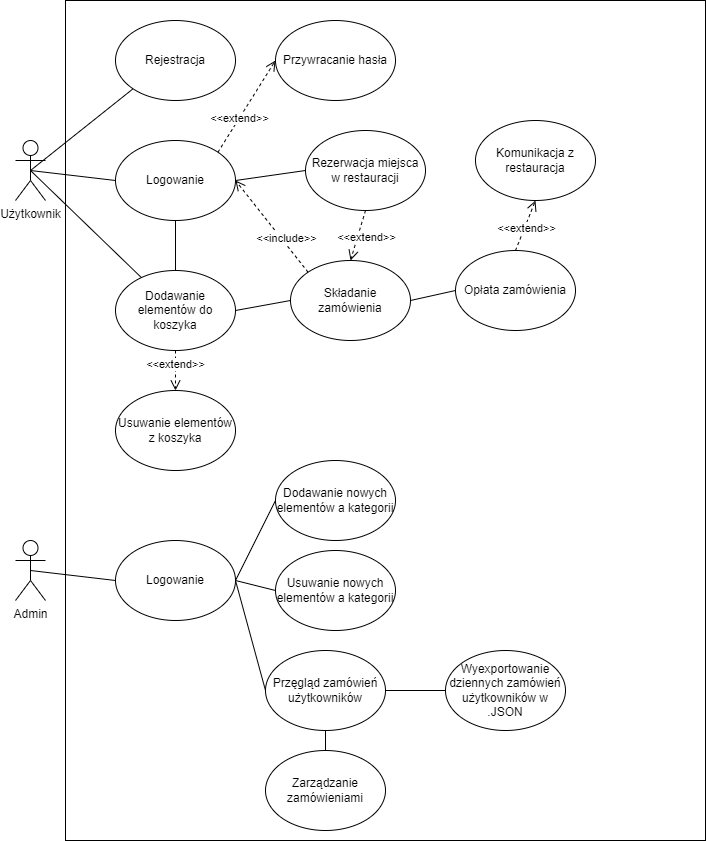
yurii-shchehliuk/ECommerce-Restaurant keeps this draw.io diagram as Diagrams/diagram przypadkow uzycia.drawio.png. Above is the earlier version. Source tidied: cells renumbered, new cells last; positions are measured from the earlier drawing's top-left corner, leaving out a move shared by most shapes. Its diagram source:
```xml
<mxGraphModel>
  <root>
    <mxCell id="0" />
    <mxCell id="1" parent="0" />
    <mxCell id="2" value="Użytkownik" style="shape=umlActor;verticalLabelPosition=bottom;verticalAlign=top;html=1;outlineConnect=0;" parent="1" vertex="1">
      <mxGeometry y="140" width="30" height="60" as="geometry" />
    </mxCell>
    <mxCell id="3" style="rounded=0;whiteSpace=wrap;html=1;" parent="1" vertex="1">
      <mxGeometry x="50" width="640" height="840" as="geometry" />
    </mxCell>
    <mxCell id="4" value="Rejestracja" style="ellipse;whiteSpace=wrap;html=1;" parent="1" vertex="1">
      <mxGeometry x="100" y="20" width="120" height="80" as="geometry" />
    </mxCell>
    <mxCell id="5" value="Logowanie" style="ellipse;whiteSpace=wrap;html=1;" parent="1" vertex="1">
      <mxGeometry x="100" y="140" width="120" height="80" as="geometry" />
    </mxCell>
    <mxCell id="6" value="Dodawanie elementów do koszyka" style="ellipse;whiteSpace=wrap;html=1;" parent="1" vertex="1">
      <mxGeometry x="100" y="270" width="120" height="80" as="geometry" />
    </mxCell>
    <mxCell id="7" style="endArrow=none;html=1;rounded=0;entryX=0;entryY=1;entryDx=0;entryDy=0;exitX=0.5;exitY=0.5;exitDx=0;exitDy=0;exitPerimeter=0;" parent="1" edge="1" source="2" target="4">
      <mxGeometry relative="1" as="geometry" />
    </mxCell>
    <mxCell id="8" style="endArrow=none;html=1;rounded=0;entryX=0;entryY=0.5;entryDx=0;entryDy=0;exitX=0.5;exitY=0.5;exitDx=0;exitDy=0;exitPerimeter=0;" parent="1" edge="1" source="2" target="5">
      <mxGeometry relative="1" as="geometry" />
    </mxCell>
    <mxCell id="9" style="endArrow=none;html=1;rounded=0;exitX=0.5;exitY=0.5;exitDx=0;exitDy=0;exitPerimeter=0;" parent="1" edge="1" source="2" target="6">
      <mxGeometry relative="1" as="geometry" />
    </mxCell>
    <mxCell id="10" value="Składanie zamówienia" style="ellipse;whiteSpace=wrap;html=1;" parent="1" vertex="1">
      <mxGeometry x="275" y="260" width="120" height="80" as="geometry" />
    </mxCell>
    <mxCell id="11" style="endArrow=none;html=1;rounded=0;exitX=1;exitY=0.5;exitDx=0;exitDy=0;entryX=0;entryY=0.5;entryDx=0;entryDy=0;" parent="1" edge="1" source="6" target="10">
      <mxGeometry relative="1" as="geometry" />
    </mxCell>
    <mxCell id="12" value="&amp;lt;&amp;lt;include&amp;gt;&amp;gt;" style="html=1;verticalAlign=bottom;endArrow=open;dashed=1;endSize=8;rounded=0;exitX=0;exitY=0;exitDx=0;exitDy=0;entryX=1;entryY=0.5;entryDx=0;entryDy=0;" parent="1" edge="1" source="10" target="5">
      <mxGeometry x="-0.43" y="2" relative="1" as="geometry" />
    </mxCell>
    <mxCell id="13" value="Admin" style="shape=umlActor;verticalLabelPosition=bottom;verticalAlign=top;html=1;" parent="1" vertex="1">
      <mxGeometry y="540" width="30" height="60" as="geometry" />
    </mxCell>
    <mxCell id="14" value="Usuwanie elementów z koszyka" style="ellipse;whiteSpace=wrap;html=1;" parent="1" vertex="1">
      <mxGeometry x="100" y="390" width="120" height="80" as="geometry" />
    </mxCell>
    <mxCell id="15" value="&amp;lt;&amp;lt;extend&amp;gt;&amp;gt;" style="html=1;verticalAlign=bottom;endArrow=open;dashed=1;endSize=8;rounded=0;exitX=0.5;exitY=1;exitDx=0;exitDy=0;" parent="1" edge="1" source="6" target="14">
      <mxGeometry x="0.14" relative="1" as="geometry" />
    </mxCell>
    <mxCell id="16" value="Przywracanie hasła" style="ellipse;whiteSpace=wrap;html=1;" parent="1" vertex="1">
      <mxGeometry x="260" y="20" width="120" height="80" as="geometry" />
    </mxCell>
    <mxCell id="17" value="&amp;lt;&amp;lt;extend&amp;gt;&amp;gt;" style="html=1;verticalAlign=bottom;endArrow=open;dashed=1;endSize=8;rounded=0;exitX=1;exitY=0;exitDx=0;exitDy=0;entryX=0;entryY=0.5;entryDx=0;entryDy=0;" parent="1" edge="1" source="5" target="16">
      <mxGeometry x="-0.42" y="-5" relative="1" as="geometry" />
    </mxCell>
    <mxCell id="18" value="Opłata zamówienia" style="ellipse;whiteSpace=wrap;html=1;" parent="1" vertex="1">
      <mxGeometry x="440" y="250" width="120" height="80" as="geometry" />
    </mxCell>
    <mxCell id="19" style="endArrow=none;html=1;rounded=0;exitX=1;exitY=0.5;exitDx=0;exitDy=0;entryX=0;entryY=0.5;entryDx=0;entryDy=0;" parent="1" edge="1" source="10" target="18">
      <mxGeometry relative="1" as="geometry" />
    </mxCell>
    <mxCell id="20" value="Komunikacja z restauracja" style="ellipse;whiteSpace=wrap;html=1;" parent="1" vertex="1">
      <mxGeometry x="460" y="120" width="120" height="80" as="geometry" />
    </mxCell>
    <mxCell id="21" value="&amp;lt;&amp;lt;extend&amp;gt;&amp;gt;" style="html=1;verticalAlign=bottom;endArrow=open;dashed=1;endSize=8;rounded=0;exitX=0.5;exitY=0;exitDx=0;exitDy=0;entryX=0.5;entryY=1;entryDx=0;entryDy=0;" parent="1" edge="1" source="18" target="20">
      <mxGeometry x="-0.42" y="-5" relative="1" as="geometry" />
    </mxCell>
    <mxCell id="22" value="Logowanie" style="ellipse;whiteSpace=wrap;html=1;" parent="1" vertex="1">
      <mxGeometry x="100" y="540" width="120" height="80" as="geometry" />
    </mxCell>
    <mxCell id="23" style="endArrow=none;html=1;rounded=0;entryX=0;entryY=0.5;entryDx=0;entryDy=0;exitX=0.5;exitY=0.5;exitDx=0;exitDy=0;exitPerimeter=0;" parent="1" edge="1" source="13" target="22">
      <mxGeometry relative="1" as="geometry" />
    </mxCell>
    <mxCell id="24" value="Dodawanie nowych elementów a kategorii" style="ellipse;whiteSpace=wrap;html=1;" parent="1" vertex="1">
      <mxGeometry x="260" y="460" width="120" height="80" as="geometry" />
    </mxCell>
    <mxCell id="25" style="endArrow=none;html=1;rounded=0;exitX=1;exitY=0.5;exitDx=0;exitDy=0;entryX=0;entryY=0.5;entryDx=0;entryDy=0;" parent="1" edge="1" source="22" target="24">
      <mxGeometry relative="1" as="geometry" />
    </mxCell>
    <mxCell id="26" value="Usuwanie nowych elementów a kategorii" style="ellipse;whiteSpace=wrap;html=1;" parent="1" vertex="1">
      <mxGeometry x="260" y="550" width="120" height="80" as="geometry" />
    </mxCell>
    <mxCell id="27" style="endArrow=none;html=1;rounded=0;exitX=1;exitY=0.5;exitDx=0;exitDy=0;entryX=0;entryY=0.5;entryDx=0;entryDy=0;" parent="1" edge="1" source="22" target="26">
      <mxGeometry relative="1" as="geometry" />
    </mxCell>
    <mxCell id="28" value="Przęgląd zamówień użytkowników" style="ellipse;whiteSpace=wrap;html=1;" parent="1" vertex="1">
      <mxGeometry x="250" y="650" width="120" height="80" as="geometry" />
    </mxCell>
    <mxCell id="29" style="endArrow=none;html=1;rounded=0;exitX=0;exitY=0.5;exitDx=0;exitDy=0;entryX=1;entryY=0.5;entryDx=0;entryDy=0;" parent="1" edge="1" source="28" target="22">
      <mxGeometry relative="1" as="geometry" />
    </mxCell>
    <mxCell id="30" value="Wyexportowanie dziennych zamówień użytkowników w .JSON" style="ellipse;whiteSpace=wrap;html=1;" parent="1" vertex="1">
      <mxGeometry x="430" y="650" width="120" height="80" as="geometry" />
    </mxCell>
    <mxCell id="31" style="endArrow=none;html=1;rounded=0;exitX=1;exitY=0.5;exitDx=0;exitDy=0;entryX=0;entryY=0.5;entryDx=0;entryDy=0;" parent="1" edge="1" source="28" target="30">
      <mxGeometry relative="1" as="geometry" />
    </mxCell>
    <mxCell id="32" value="Zarządzanie zamówieniami" style="ellipse;whiteSpace=wrap;html=1;" parent="1" vertex="1">
      <mxGeometry x="250" y="750" width="120" height="80" as="geometry" />
    </mxCell>
    <mxCell id="33" style="endArrow=none;html=1;rounded=0;exitX=0.5;exitY=0;exitDx=0;exitDy=0;entryX=0.5;entryY=1;entryDx=0;entryDy=0;" parent="1" edge="1" source="32" target="28">
      <mxGeometry relative="1" as="geometry" />
    </mxCell>
    <mxCell id="34" value="Rezerwacja miejsca w restauracji" style="ellipse;whiteSpace=wrap;html=1;" parent="1" vertex="1">
      <mxGeometry x="290" y="130" width="120" height="80" as="geometry" />
    </mxCell>
    <mxCell id="35" style="endArrow=none;html=1;rounded=0;entryX=0;entryY=0.5;entryDx=0;entryDy=0;exitX=1;exitY=0.5;exitDx=0;exitDy=0;" parent="1" edge="1" source="5" target="34">
      <mxGeometry relative="1" as="geometry" />
    </mxCell>
    <mxCell id="36" value="&amp;lt;&amp;lt;extend&amp;gt;&amp;gt;" style="html=1;verticalAlign=bottom;endArrow=open;dashed=1;endSize=8;rounded=0;exitX=0.5;exitY=1;exitDx=0;exitDy=0;entryX=0.5;entryY=0;entryDx=0;entryDy=0;" parent="1" edge="1" source="34" target="10">
      <mxGeometry x="0.32" y="11" relative="1" as="geometry" />
    </mxCell>
    <mxCell id="37" style="endArrow=none;html=1;rounded=0;entryX=0.5;entryY=1;entryDx=0;entryDy=0;exitX=0.5;exitY=0;exitDx=0;exitDy=0;" parent="1" edge="1" source="6" target="5">
      <mxGeometry relative="1" as="geometry" />
    </mxCell>
  </root>
</mxGraphModel>
```
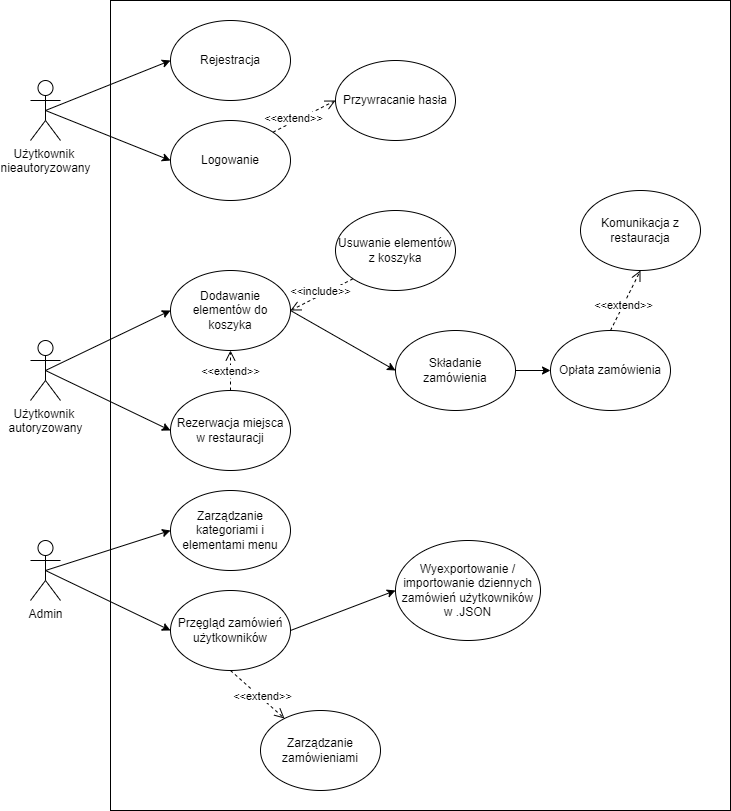
The same diagram one commit later.

What changed in the source:
```diff
@@ -2,113 +2,98 @@
   <root>
     <mxCell id="0" />
     <mxCell id="1" parent="0" />
-    <mxCell id="2" value="Użytkownik" style="shape=umlActor;verticalLabelPosition=bottom;verticalAlign=top;html=1;outlineConnect=0;" parent="1" vertex="1">
-      <mxGeometry y="140" width="30" height="60" as="geometry" />
+    <mxCell id="2" value="Użytkownik &lt;br&gt;nieautoryzowany&lt;br&gt;" style="shape=umlActor;verticalLabelPosition=bottom;verticalAlign=top;html=1;outlineConnect=0;" parent="1" vertex="1">
+      <mxGeometry x="-30" y="80" width="30" height="60" as="geometry" />
     </mxCell>
     <mxCell id="3" style="rounded=0;whiteSpace=wrap;html=1;" parent="1" vertex="1">
-      <mxGeometry x="50" width="640" height="840" as="geometry" />
+      <mxGeometry x="50" width="620" height="810" as="geometry" />
     </mxCell>
     <mxCell id="4" value="Rejestracja" style="ellipse;whiteSpace=wrap;html=1;" parent="1" vertex="1">
-      <mxGeometry x="100" y="20" width="120" height="80" as="geometry" />
+      <mxGeometry x="110" y="20" width="120" height="80" as="geometry" />
     </mxCell>
     <mxCell id="5" value="Logowanie" style="ellipse;whiteSpace=wrap;html=1;" parent="1" vertex="1">
-      <mxGeometry x="100" y="140" width="120" height="80" as="geometry" />
+      <mxGeometry x="110" y="120" width="120" height="80" as="geometry" />
     </mxCell>
     <mxCell id="6" value="Dodawanie elementów do koszyka" style="ellipse;whiteSpace=wrap;html=1;" parent="1" vertex="1">
-      <mxGeometry x="100" y="270" width="120" height="80" as="geometry" />
+      <mxGeometry x="110" y="270" width="120" height="80" as="geometry" />
     </mxCell>
-    <mxCell id="7" style="endArrow=none;html=1;rounded=0;entryX=0;entryY=1;entryDx=0;entryDy=0;exitX=0.5;exitY=0.5;exitDx=0;exitDy=0;exitPerimeter=0;" parent="1" edge="1" source="2" target="4">
-      <mxGeometry relative="1" as="geometry" />
-    </mxCell>
-    <mxCell id="8" style="endArrow=none;html=1;rounded=0;entryX=0;entryY=0.5;entryDx=0;entryDy=0;exitX=0.5;exitY=0.5;exitDx=0;exitDy=0;exitPerimeter=0;" parent="1" edge="1" source="2" target="5">
-      <mxGeometry relative="1" as="geometry" />
-    </mxCell>
-    <mxCell id="9" style="endArrow=none;html=1;rounded=0;exitX=0.5;exitY=0.5;exitDx=0;exitDy=0;exitPerimeter=0;" parent="1" edge="1" source="2" target="6">
-      <mxGeometry relative="1" as="geometry" />
-    </mxCell>
+    <mxCell id="19" style="edgeStyle=orthogonalEdgeStyle;rounded=0;jettySize=auto;html=1;entryX=0;entryY=0.5;entryDx=0;entryDy=0;" parent="1" edge="1" source="10" target="18">
+      <mxGeometry relative="1" as="geometry" />
+    </mxCell>
     <mxCell id="10" value="Składanie zamówienia" style="ellipse;whiteSpace=wrap;html=1;" parent="1" vertex="1">
-      <mxGeometry x="275" y="260" width="120" height="80" as="geometry" />
+      <mxGeometry x="335" y="330" width="120" height="80" as="geometry" />
     </mxCell>
-    <mxCell id="11" style="endArrow=none;html=1;rounded=0;exitX=1;exitY=0.5;exitDx=0;exitDy=0;entryX=0;entryY=0.5;entryDx=0;entryDy=0;" parent="1" edge="1" source="6" target="10">
-      <mxGeometry relative="1" as="geometry" />
-    </mxCell>
-    <mxCell id="12" value="&amp;lt;&amp;lt;include&amp;gt;&amp;gt;" style="html=1;verticalAlign=bottom;endArrow=open;dashed=1;endSize=8;rounded=0;exitX=0;exitY=0;exitDx=0;exitDy=0;entryX=1;entryY=0.5;entryDx=0;entryDy=0;" parent="1" edge="1" source="10" target="5">
-      <mxGeometry x="-0.43" y="2" relative="1" as="geometry" />
-    </mxCell>
     <mxCell id="13" value="Admin" style="shape=umlActor;verticalLabelPosition=bottom;verticalAlign=top;html=1;" parent="1" vertex="1">
-      <mxGeometry y="540" width="30" height="60" as="geometry" />
+      <mxGeometry x="-30" y="540" width="30" height="60" as="geometry" />
     </mxCell>
     <mxCell id="14" value="Usuwanie elementów z koszyka" style="ellipse;whiteSpace=wrap;html=1;" parent="1" vertex="1">
-      <mxGeometry x="100" y="390" width="120" height="80" as="geometry" />
+      <mxGeometry x="275" y="210" width="120" height="80" as="geometry" />
     </mxCell>
-    <mxCell id="15" value="&amp;lt;&amp;lt;extend&amp;gt;&amp;gt;" style="html=1;verticalAlign=bottom;endArrow=open;dashed=1;endSize=8;rounded=0;exitX=0.5;exitY=1;exitDx=0;exitDy=0;" parent="1" edge="1" source="6" target="14">
-      <mxGeometry x="0.14" relative="1" as="geometry" />
+    <mxCell id="15" value="&amp;lt;&amp;lt;include&amp;gt;&amp;gt;" style="html=1;verticalAlign=bottom;endArrow=open;dashed=1;endSize=8;rounded=0;exitX=0;exitY=1;exitDx=0;exitDy=0;entryX=1;entryY=0.5;entryDx=0;entryDy=0;" parent="1" edge="1" source="14" target="6">
+      <mxGeometry x="0.11" y="5" relative="1" as="geometry" />
     </mxCell>
     <mxCell id="16" value="Przywracanie hasła" style="ellipse;whiteSpace=wrap;html=1;" parent="1" vertex="1">
-      <mxGeometry x="260" y="20" width="120" height="80" as="geometry" />
+      <mxGeometry x="275" y="60" width="120" height="80" as="geometry" />
     </mxCell>
     <mxCell id="17" value="&amp;lt;&amp;lt;extend&amp;gt;&amp;gt;" style="html=1;verticalAlign=bottom;endArrow=open;dashed=1;endSize=8;rounded=0;exitX=1;exitY=0;exitDx=0;exitDy=0;entryX=0;entryY=0.5;entryDx=0;entryDy=0;" parent="1" edge="1" source="5" target="16">
       <mxGeometry x="-0.42" y="-5" relative="1" as="geometry" />
     </mxCell>
     <mxCell id="18" value="Opłata zamówienia" style="ellipse;whiteSpace=wrap;html=1;" parent="1" vertex="1">
-      <mxGeometry x="440" y="250" width="120" height="80" as="geometry" />
+      <mxGeometry x="490" y="330" width="120" height="80" as="geometry" />
     </mxCell>
-    <mxCell id="19" style="endArrow=none;html=1;rounded=0;exitX=1;exitY=0.5;exitDx=0;exitDy=0;entryX=0;entryY=0.5;entryDx=0;entryDy=0;" parent="1" edge="1" source="10" target="18">
-      <mxGeometry relative="1" as="geometry" />
-    </mxCell>
     <mxCell id="20" value="Komunikacja z restauracja" style="ellipse;whiteSpace=wrap;html=1;" parent="1" vertex="1">
-      <mxGeometry x="460" y="120" width="120" height="80" as="geometry" />
+      <mxGeometry x="520" y="190" width="120" height="80" as="geometry" />
     </mxCell>
     <mxCell id="21" value="&amp;lt;&amp;lt;extend&amp;gt;&amp;gt;" style="html=1;verticalAlign=bottom;endArrow=open;dashed=1;endSize=8;rounded=0;exitX=0.5;exitY=0;exitDx=0;exitDy=0;entryX=0.5;entryY=1;entryDx=0;entryDy=0;" parent="1" edge="1" source="18" target="20">
       <mxGeometry x="-0.42" y="-5" relative="1" as="geometry" />
     </mxCell>
-    <mxCell id="22" value="Logowanie" style="ellipse;whiteSpace=wrap;html=1;" parent="1" vertex="1">
-      <mxGeometry x="100" y="540" width="120" height="80" as="geometry" />
-    </mxCell>
-    <mxCell id="23" style="endArrow=none;html=1;rounded=0;entryX=0;entryY=0.5;entryDx=0;entryDy=0;exitX=0.5;exitY=0.5;exitDx=0;exitDy=0;exitPerimeter=0;" parent="1" edge="1" source="13" target="22">
-      <mxGeometry relative="1" as="geometry" />
-    </mxCell>
-    <mxCell id="24" value="Dodawanie nowych elementów a kategorii" style="ellipse;whiteSpace=wrap;html=1;" parent="1" vertex="1">
-      <mxGeometry x="260" y="460" width="120" height="80" as="geometry" />
+    <mxCell id="24" value="Zarządzanie kategoriami i elementami menu" style="ellipse;whiteSpace=wrap;html=1;" parent="1" vertex="1">
+      <mxGeometry x="110" y="490" width="120" height="80" as="geometry" />
     </mxCell>
-    <mxCell id="25" style="endArrow=none;html=1;rounded=0;exitX=1;exitY=0.5;exitDx=0;exitDy=0;entryX=0;entryY=0.5;entryDx=0;entryDy=0;" parent="1" edge="1" source="22" target="24">
-      <mxGeometry relative="1" as="geometry" />
-    </mxCell>
-    <mxCell id="26" value="Usuwanie nowych elementów a kategorii" style="ellipse;whiteSpace=wrap;html=1;" parent="1" vertex="1">
-      <mxGeometry x="260" y="550" width="120" height="80" as="geometry" />
-    </mxCell>
-    <mxCell id="27" style="endArrow=none;html=1;rounded=0;exitX=1;exitY=0.5;exitDx=0;exitDy=0;entryX=0;entryY=0.5;entryDx=0;entryDy=0;" parent="1" edge="1" source="22" target="26">
-      <mxGeometry relative="1" as="geometry" />
-    </mxCell>
     <mxCell id="28" value="Przęgląd zamówień użytkowników" style="ellipse;whiteSpace=wrap;html=1;" parent="1" vertex="1">
-      <mxGeometry x="250" y="650" width="120" height="80" as="geometry" />
+      <mxGeometry x="110" y="590" width="120" height="80" as="geometry" />
     </mxCell>
-    <mxCell id="29" style="endArrow=none;html=1;rounded=0;exitX=0;exitY=0.5;exitDx=0;exitDy=0;entryX=1;entryY=0.5;entryDx=0;entryDy=0;" parent="1" edge="1" source="28" target="22">
-      <mxGeometry relative="1" as="geometry" />
-    </mxCell>
-    <mxCell id="30" value="Wyexportowanie dziennych zamówień użytkowników w .JSON" style="ellipse;whiteSpace=wrap;html=1;" parent="1" vertex="1">
-      <mxGeometry x="430" y="650" width="120" height="80" as="geometry" />
+    <mxCell id="30" value="Wyexportowanie /&lt;br&gt;importowanie dziennych zamówień użytkowników w .JSON" style="ellipse;whiteSpace=wrap;html=1;" parent="1" vertex="1">
+      <mxGeometry x="335" y="540" width="145" height="100" as="geometry" />
     </mxCell>
+    <mxCell id="32" value="Zarządzanie zamówieniami" style="ellipse;whiteSpace=wrap;html=1;" parent="1" vertex="1">
+      <mxGeometry x="200" y="710" width="120" height="80" as="geometry" />
+    </mxCell>
+    <mxCell id="34" value="Rezerwacja miejsca w restauracji" style="ellipse;whiteSpace=wrap;html=1;" parent="1" vertex="1">
+      <mxGeometry x="110" y="390" width="120" height="80" as="geometry" />
+    </mxCell>
+    <mxCell id="36" value="&amp;lt;&amp;lt;extend&amp;gt;&amp;gt;" style="html=1;verticalAlign=bottom;endArrow=open;dashed=1;endSize=8;rounded=0;exitX=0.5;exitY=0;exitDx=0;exitDy=0;entryX=0.5;entryY=1;entryDx=0;entryDy=0;" parent="1" edge="1" source="34" target="6">
+      <mxGeometry x="-0.5" relative="1" as="geometry" />
+    </mxCell>
+    <mxCell id="38" value="Użytkownik &lt;br&gt;autoryzowany" style="shape=umlActor;verticalLabelPosition=bottom;verticalAlign=top;html=1;outlineConnect=0;" parent="1" vertex="1">
+      <mxGeometry x="-30" y="340" width="30" height="60" as="geometry" />
+    </mxCell>
+    <mxCell id="8" style="endArrow=classic;html=1;rounded=0;entryX=0;entryY=0.5;entryDx=0;entryDy=0;exitX=0.5;exitY=0.5;exitDx=0;exitDy=0;exitPerimeter=0;" parent="1" edge="1" source="2" target="5">
+      <mxGeometry relative="1" as="geometry" />
+    </mxCell>
+    <mxCell id="39" style="endArrow=classic;html=1;rounded=0;exitX=0.5;exitY=0.5;exitDx=0;exitDy=0;exitPerimeter=0;entryX=0;entryY=0.5;entryDx=0;entryDy=0;" parent="1" edge="1" source="38" target="34">
+      <mxGeometry relative="1" as="geometry" />
+    </mxCell>
+    <mxCell id="40" style="endArrow=classic;html=1;rounded=0;exitX=0.5;exitY=0.5;exitDx=0;exitDy=0;exitPerimeter=0;entryX=0;entryY=0.5;entryDx=0;entryDy=0;" parent="1" edge="1" source="38" target="6">
+      <mxGeometry relative="1" as="geometry" />
+    </mxCell>
+    <mxCell id="7" style="endArrow=classic;html=1;rounded=0;exitX=0.5;exitY=0.5;exitDx=0;exitDy=0;exitPerimeter=0;entryX=0;entryY=0.5;entryDx=0;entryDy=0;" parent="1" edge="1" source="2" target="4">
+      <mxGeometry relative="1" as="geometry" />
+    </mxCell>
+    <mxCell id="11" style="endArrow=classic;html=1;rounded=0;exitX=1;exitY=0.5;exitDx=0;exitDy=0;entryX=0;entryY=0.5;entryDx=0;entryDy=0;" parent="1" edge="1" source="6" target="10">
+      <mxGeometry relative="1" as="geometry" />
+    </mxCell>
+    <mxCell id="41" style="endArrow=classic;html=1;rounded=0;exitX=0.5;exitY=0.5;exitDx=0;exitDy=0;exitPerimeter=0;entryX=0;entryY=0.5;entryDx=0;entryDy=0;" parent="1" edge="1" source="13" target="24">
+      <mxGeometry relative="1" as="geometry" />
+    </mxCell>
+    <mxCell id="42" style="endArrow=classic;html=1;rounded=0;exitX=0.5;exitY=0.5;exitDx=0;exitDy=0;exitPerimeter=0;entryX=0;entryY=0.5;entryDx=0;entryDy=0;" parent="1" edge="1" source="13" target="28">
+      <mxGeometry relative="1" as="geometry" />
+    </mxCell>
+    <mxCell id="43" value="&amp;lt;&amp;lt;extend&amp;gt;&amp;gt;" style="html=1;verticalAlign=bottom;endArrow=open;dashed=1;endSize=8;rounded=0;exitX=0.5;exitY=1;exitDx=0;exitDy=0;" parent="1" edge="1" source="28" target="32">
+      <mxGeometry x="0.3" y="-5" relative="1" as="geometry" />
+    </mxCell>
-    <mxCell id="31" style="endArrow=none;html=1;rounded=0;exitX=1;exitY=0.5;exitDx=0;exitDy=0;entryX=0;entryY=0.5;entryDx=0;entryDy=0;" parent="1" edge="1" source="28" target="30">
+    <mxCell id="31" style="endArrow=classic;html=1;rounded=0;exitX=1;exitY=0.5;exitDx=0;exitDy=0;entryX=0;entryY=0.5;entryDx=0;entryDy=0;" parent="1" edge="1" source="28" target="30">
       <mxGeometry relative="1" as="geometry" />
     </mxCell>
-    <mxCell id="32" value="Zarządzanie zamówieniami" style="ellipse;whiteSpace=wrap;html=1;" parent="1" vertex="1">
-      <mxGeometry x="250" y="750" width="120" height="80" as="geometry" />
-    </mxCell>
-    <mxCell id="33" style="endArrow=none;html=1;rounded=0;exitX=0.5;exitY=0;exitDx=0;exitDy=0;entryX=0.5;entryY=1;entryDx=0;entryDy=0;" parent="1" edge="1" source="32" target="28">
-      <mxGeometry relative="1" as="geometry" />
-    </mxCell>
-    <mxCell id="34" value="Rezerwacja miejsca w restauracji" style="ellipse;whiteSpace=wrap;html=1;" parent="1" vertex="1">
-      <mxGeometry x="290" y="130" width="120" height="80" as="geometry" />
-    </mxCell>
-    <mxCell id="35" style="endArrow=none;html=1;rounded=0;entryX=0;entryY=0.5;entryDx=0;entryDy=0;exitX=1;exitY=0.5;exitDx=0;exitDy=0;" parent="1" edge="1" source="5" target="34">
-      <mxGeometry relative="1" as="geometry" />
-    </mxCell>
-    <mxCell id="36" value="&amp;lt;&amp;lt;extend&amp;gt;&amp;gt;" style="html=1;verticalAlign=bottom;endArrow=open;dashed=1;endSize=8;rounded=0;exitX=0.5;exitY=1;exitDx=0;exitDy=0;entryX=0.5;entryY=0;entryDx=0;entryDy=0;" parent="1" edge="1" source="34" target="10">
-      <mxGeometry x="0.32" y="11" relative="1" as="geometry" />
-    </mxCell>
-    <mxCell id="37" style="endArrow=none;html=1;rounded=0;entryX=0.5;entryY=1;entryDx=0;entryDy=0;exitX=0.5;exitY=0;exitDx=0;exitDy=0;" parent="1" edge="1" source="6" target="5">
-      <mxGeometry relative="1" as="geometry" />
-    </mxCell>
   </root>
 </mxGraphModel>
```
